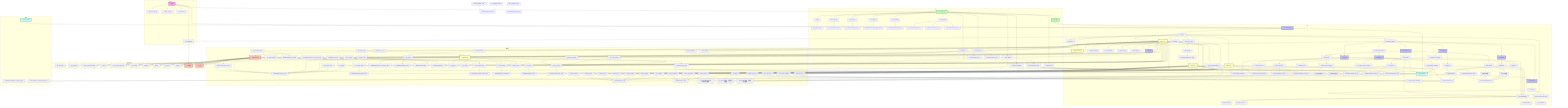
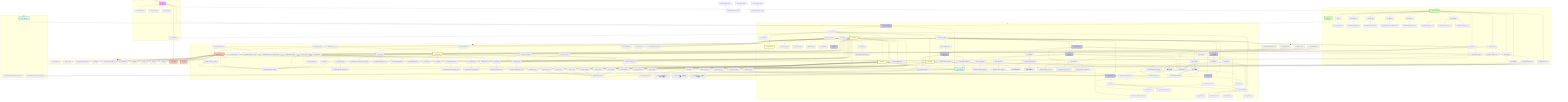
flowchart TD
    subgraph 主入口
        main["main()"] --> init_database["init_database()"]
        main --> register_services["register_services()"]
        main --> handle_cli_args["handle_cli_args()"]
        main --> show_menu["show_menu()"]
    end

    subgraph GUI
        VMTOOLPyQtApp["VMTOOLPyQtApp"] --> __init__["__init__()"]
        __init__ --> load_config["load_config()"]
        __init__ --> create_menu_bar["create_menu_bar()"]
        __init__ --> init_database
        __init__ --> DictService
        __init__ --> WeightCalculator
        __init__ --> FilterService
        __init__ --> StatsService
        __init__ --> set_theme["set_theme()"]
        __init__ --> create_tab_widget["create_tab_widget()"]
        __init__ --> ProgressBarWidget["ProgressBarWidget"]

        create_menu_bar --> import_data["import_data()"]
        create_menu_bar --> export_data["export_data()"]
        create_menu_bar --> calculate_weight["calculate_weight()"]
        create_menu_bar --> detect_conflicts["detect_conflicts()"]
        create_menu_bar --> migrate_data["migrate_data()"]
        create_menu_bar --> show_about["show_about()"]

        import_data --> ImportExportTab.import_data["ImportExportTab.import_data()"]
        export_data --> ImportExportTab.export_data["ImportExportTab.export_data()"]

        create_tab_widget --> CharsTab["CharsTab"]
        create_tab_widget --> SpecialTab["SpecialTab"]
        create_tab_widget --> WordsTab["WordsTab"]
        create_tab_widget --> StatsTab["StatsTab"]
        create_tab_widget --> ImportExportTab["ImportExportTab"]
        create_tab_widget --> CodeRulesTab["CodeRulesTab"]
        create_tab_widget --> create_settings_tab["create_settings_tab()"]
        create_settings_tab --> SettingsTab["SettingsTab"]

        SettingsTab --> on_settings_order_changed["on_settings_order_changed()"]
        SettingsTab --> reload_settings_content["reload_settings_content()"]
        SettingsTab --> load_language_settings["load_language_settings()"]
        on_settings_order_changed --> config_manager
        on_settings_order_changed --> reload_settings_content
        load_language_settings --> config_manager

        CharsTab --> search_characters_gui["search_characters()"]
        search_characters_gui --> DictService.search_characters

        CharsTab --> delete_character_gui["delete_character()"]
        delete_character_gui --> DictService.delete_character

        CharsTab --> add_batch_gui["add_batch()"]
        add_batch_gui --> AddBatchThread["AddBatchThread"]
        AddBatchThread --> DictService.add_characters
        add_batch_gui --> ProgressBarWidget

        SpecialTab --> add_special_batch_gui["add_batch()"]
        add_special_batch_gui --> AddBatchThread
        AddBatchThread --> DictService.add_words
        add_special_batch_gui --> ProgressBarWidget

        WordsTab --> add_batch_words_gui["add_batch()"]
        add_batch_words_gui --> AddBatchThread
        AddBatchThread --> DictService.add_words
        add_batch_words_gui --> ProgressBarWidget

        WordsTab --> recalculate_all_codes_gui["recalculate_all_codes()"]
        recalculate_all_codes_gui --> CalculateThread["CalculateThread"]
        CalculateThread --> DictService.calculate_all_codes
        recalculate_all_codes_gui --> ProgressBarWidget

        ImportExportTab --> showEvent["showEvent()"]
        showEvent --> update_export_full_path["update_export_full_path()"]
        update_export_full_path --> split_export_paths["分表导出路径显示"]
        update_export_full_path --> normal_export_paths["普通导出路径显示"]

        ImportExportTab --> import_data_gui["import_data()"]
        import_data_gui --> ImportThread["ImportThread"]
        ImportThread --> FilterService.import_from_txt
        ImportThread --> FilterService.import_from_csv
        ImportThread --> FilterService.import_from_json
        import_data_gui --> ProgressBarWidget

        ImportExportTab --> export_data_gui["export_data()"]
        export_data_gui --> split_export["分表导出逻辑"]
        split_export --> DictService.export_data["export_data(table=words)"]
        split_export --> DictService.export_data["export_data(table=chars)"]
        split_export --> DictService.export_data["export_data(table=special)"]
        export_data_gui --> normal_export["普通导出逻辑"]
        normal_export --> DictService.export_data

        CodeRulesTab --> test_rule["test_rule()"]
        test_rule --> DictService.generate_code
        test_rule --> ProgressBarWidget

        ProgressBarWidget --> start_progress["start_progress()"]
        ProgressBarWidget --> update_progress["update_progress()"]
        ProgressBarWidget --> finish_progress["finish_progress()"]
        ProgressBarWidget --> error_progress["error_progress()"]
+     end
+ 
+     subgraph 线程
+         BaseBatchThread["BaseBatchThread"] --> AddBatchThread["AddBatchThread"]
+         AddBatchThread --> WordsTab
+         AddBatchThread --> CharsTab
+         ImportThread["ImportThread"] --> ImportExportTab
+         CalculateThread["CalculateThread"] --> WordsTab
+         DeleteTableThread["DeleteTableThread"] --> SettingsTab
+         SetAllManualToFalseThread["SetAllManualToFalseThread"] --> SettingsTab
+         RefreshDataThread["RefreshDataThread"] --> WordsTab
+         RefreshDataThread --> CharsTab
+         RefreshDataThread --> SpecialTab
    end

    subgraph CLI
        CLI_Main["cli/__main__.py"] --> main_cli["main()"]
        main_cli --> show_typer_help["show_typer_help()"]

        CLI_Main --> add_word["add_word()"]
        CLI_Main --> delete_word["delete_word()"]
        CLI_Main --> delete_batch["delete_batch()"]
        CLI_Main --> query_word["query_word()"]
        CLI_Main --> set_weight["set_weight()"]
        CLI_Main --> replace_code["replace_code()"]
        CLI_Main --> calculate_all_codes_cli["calculate_all_codes()"]
        CLI_Main --> show_stats["show_stats()"]
        CLI_Main --> import_data_cli["import_data()"]
        CLI_Main --> export_data_cli["export_data()"]
        CLI_Main --> start_gui["start_gui()"]

        add_word --> DictService.add_word
        delete_word --> DictService.delete_word
        delete_batch --> DictService.delete_words
        query_word --> DictService.search_words
        set_weight --> WeightCalculator.set_weight_directly
        replace_code --> DictService.replace_code
        calculate_all_codes_cli --> DictService.calculate_all_codes
        show_stats --> StatsService.generate_report
        import_data_cli --> DictService.add_words
        import_data_cli --> FilterService.import_from_txt
        import_data_cli --> FilterService.import_from_csv
        import_data_cli --> FilterService.import_from_json
        export_data_cli --> FilterService.export_to_txt
        export_data_cli --> FilterService.export_to_csv
        export_data_cli --> FilterService.export_to_json
        start_gui --> VMTOOLPyQtApp
    end

    subgraph 服务层
        DictService["DictService"] --> __init__["__init__()"]
        DictService.__init__ --> WordRepository
        DictService.__init__ --> CodeGenerator

        DictService --> get_word["get_word()"]
        get_word --> WordRepository.get_by_word

        DictService --> get_word_by_text["get_word_by_text()"]
        get_word_by_text --> WordRepository.get_by_word

        DictService --> get_word_by_id["get_word_by_id()"]

        DictService --> get_words_by_code["get_words_by_code()"]
        get_words_by_code --> WordRepository.get_by_code

        DictService --> get_special_chars["get_special_chars()"]
        get_special_chars --> WordRepository.get_special_chars

        DictService --> count_special_chars["count_special_chars()"]
        count_special_chars --> WordRepository.count_special_chars

        DictService --> get_characters["get_characters()"]
        get_characters --> WordRepository.get_characters

        DictService --> get_words["get_words()"]
        get_words --> WordRepository.get_words

        DictService --> add_word["add_word()"]
        add_word --> generate_code["generate_code()"]
        generate_code --> CodeGenerator.generate_code
        add_word --> WordRepository.get_by_word_and_code
        add_word --> WordRepository.create

        DictService --> add_words["add_words()"]
        add_words --> generate_code
        add_words --> WordRepository.get_by_word_code_pairs
        add_words --> WordRepository.bulk_create

        DictService --> add_characters["add_characters()"]
        add_characters --> add_words

        DictService --> update_word["update_word()"]
        update_word --> WordRepository.get_by_word
        update_word --> WordRepository.update

        DictService --> delete_word["delete_word()"]
        delete_word --> WordRepository.get_by_word
        delete_word --> WordRepository.delete

        DictService --> delete_words["delete_words()"]
        delete_words --> WordRepository.get_by_word
        delete_words --> WordRepository.delete

        DictService --> delete_character["delete_character()"]
        delete_character --> delete_word

        DictService --> delete_table["delete_table()"]
+         DictService --> set_all_manual_to_false["set_all_manual_to_false()"]

        DictService --> replace_code["replace_code()"]
        replace_code --> update_word

        DictService --> get_all_words["get_all_words()"]
        get_all_words --> WordRepository.get_all

        DictService --> search_words["search_words()"]
        search_words --> WordRepository.search

        DictService --> search_characters["search_characters()"]
        search_characters --> WordRepository.search

        DictService --> get_code_preview["get_code_preview()"]
        get_code_preview --> generate_code

        DictService --> calculate_all_codes["calculate_all_codes()"]
        calculate_all_codes --> generate_code

        DictService --> export_data["export_data(table=None)"]
        export_data --> WordRepository.get_all
        export_data --> WordRepository.get_words
        export_data --> WordRepository.get_characters
        export_data --> WordRepository.get_special_chars

        WeightCalculator["WeightCalculator"] --> set_weight_directly["set_weight_directly()"]
        set_weight_directly --> WordRepository.get_by_word
        set_weight_directly --> WordRepository.update

        FilterService["FilterService"] --> filter_by_length["filter_by_length()"]
        filter_by_length --> WordRepository.get_all

        FilterService --> filter_by_weight["filter_by_weight()"]
        filter_by_weight --> WordRepository.get_all

        FilterService --> filter_by_pattern["filter_by_pattern()"]
        filter_by_pattern --> WordRepository.search

        FilterService --> import_from_txt["import_from_txt()"]
        import_from_txt --> DictService.add_words

        FilterService --> import_from_csv["import_from_csv()"]
        import_from_csv --> DictService.add_words

        FilterService --> import_from_json["import_from_json()"]
        import_from_json --> DictService.add_words

        FilterService --> export_to_txt["export_to_txt()"]
        export_to_txt --> WordRepository.get_all

        FilterService --> export_to_csv["export_to_csv()"]
        export_to_csv --> WordRepository.get_all

        FilterService --> export_to_json["export_to_json()"]
        export_to_json --> WordRepository.get_all

        StatsService["StatsService"] --> get_stats["get_stats()"]
        StatsService --> get_word_length_stats["get_word_length_stats() - 只统计词表数据"]
        StatsService --> get_code_stats["get_code_stats() - 只统计词表数据"]
        StatsService --> get_weight_stats["get_weight_stats() - 只统计词表数据"]
        StatsService --> detect_code_conflicts["detect_code_conflicts()"]
        StatsService --> generate_report["generate_report()"]
        get_stats --> get_word_length_stats
        get_stats --> get_code_stats
        get_stats --> get_weight_stats
        generate_report --> WordRepository.get_all

        CodeGenerator["CodeGenerator"] --> set_config["set_config()"]
        CodeGenerator --> get_config["get_config()"]
        CodeGenerator --> generate_code_from_chars["generate_code_from_chars()"]
        generate_code_from_chars --> WordRepository.get_by_word
        CodeGenerator --> _execute_custom_rule["_execute_custom_rule()"]
        _execute_custom_rule --> config_manager
        CodeGenerator --> validate_code["validate_code()"]
    end

    subgraph 数据访问层
        WordRepository["WordRepository"] --> get_by_word["get_by_word()"]
        WordRepository --> get_by_code["get_by_code()"]
        WordRepository --> get_special_chars["get_special_chars()"]
        WordRepository --> count_special_chars["count_special_chars()"]
        WordRepository --> get_characters["get_characters()"]
        WordRepository --> get_words["get_words()"]
        WordRepository --> get_by_word_and_code["get_by_word_and_code()"]
        WordRepository --> create["create()"]
        WordRepository --> get_by_word_code_pairs["get_by_word_code_pairs()"]
        WordRepository --> bulk_create["bulk_create()"]
        WordRepository --> update["update()"]
        WordRepository --> delete["delete()"]
        WordRepository --> get_all["get_all()"]
        WordRepository --> search["search()"]

        WordRepository --> Word["Word模型"]
        WordRepository --> get_db["get_db()"]
        init_database --> Word
    end

    subgraph 核心
        config_manager["config_manager"] --> VMTOOLPyQtApp
        config_manager --> CodeRulesTab
        config_manager --> ImportExportTab.update_export_full_path
        config_manager --> SettingsTab
        config_manager --> CodeGenerator._execute_custom_rule
        theme_manager["theme_manager"] --> VMTOOLPyQtApp
    end

    main --> CLI_Main
    main --> VMTOOLPyQtApp
    test_rule --> DictService.generate_code
    set_codegen_custom --> CodeGenerator.set_config
    save_codegen_config --> CodeGenerator.get_config
    restore_codegen_config --> CodeGenerator.set_config
    generate_code_from_chars --> WordRepository.get_by_word
    _execute_custom_rule --> config_manager
    ImportExportTab.export_data --> DictService.export_data
    ImportExportTab.import_data --> FilterService

    classDef main fill:#f9f,stroke:#333,stroke-width:2px;
    classDef gui fill:#bbf,stroke:#333,stroke-width:2px;
    classDef cli fill:#bfb,stroke:#333,stroke-width:2px;
    classDef service fill:#ffb,stroke:#333,stroke-width:2px;
    classDef dal fill:#fbb,stroke:#333,stroke-width:2px;
    classDef core fill:#bff,stroke:#333,stroke-width:2px;

    class main main;
    class VMTOOLPyQtApp,CharsTab,SpecialTab,WordsTab,StatsTab,ImportExportTab,CodeRulesTab,SettingsTab gui;
    class CLI_Main,start_gui cli;
    class DictService,WeightCalculator,FilterService,StatsService,CodeGenerator service;
    class WordRepository,Word,get_db,dal dal;
-     class config_manager,theme_manager core;+     class config_manager,theme_manager core;
